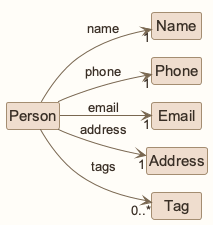
The PlantUML diagram docs/images/PersonValuesDiagram.png in AY2627S1-CS2103T-W12-1/tp, before a commit. The source it was exported from:
```plantuml
@startuml
!pragma layout smetana
!include style.puml
skinparam ArrowFontStyle plain
skinparam classBackgroundColor MODEL_COLOR
skinparam nodesep 35
skinparam ranksep 40
left to right direction
class Person
class Name
class Phone
class Email
class Address
class Tag
Person --> "1" Name : name
Person --> "1" Phone : phone
Person --> "1" Email : email
Person --> "1" Address : address
Person --> "0..*" Tag : tags
@enduml
```
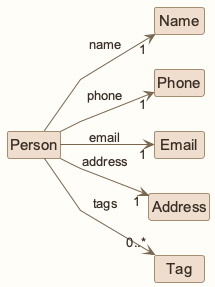
Later version of the same file.

What changed in the source:
```diff
@@ -1,6 +1,6 @@
 @startuml
-!pragma layout smetana
 !include style.puml
+skinparam linetype polyline
 skinparam ArrowFontStyle plain
 skinparam classBackgroundColor MODEL_COLOR
 skinparam nodesep 35
```
